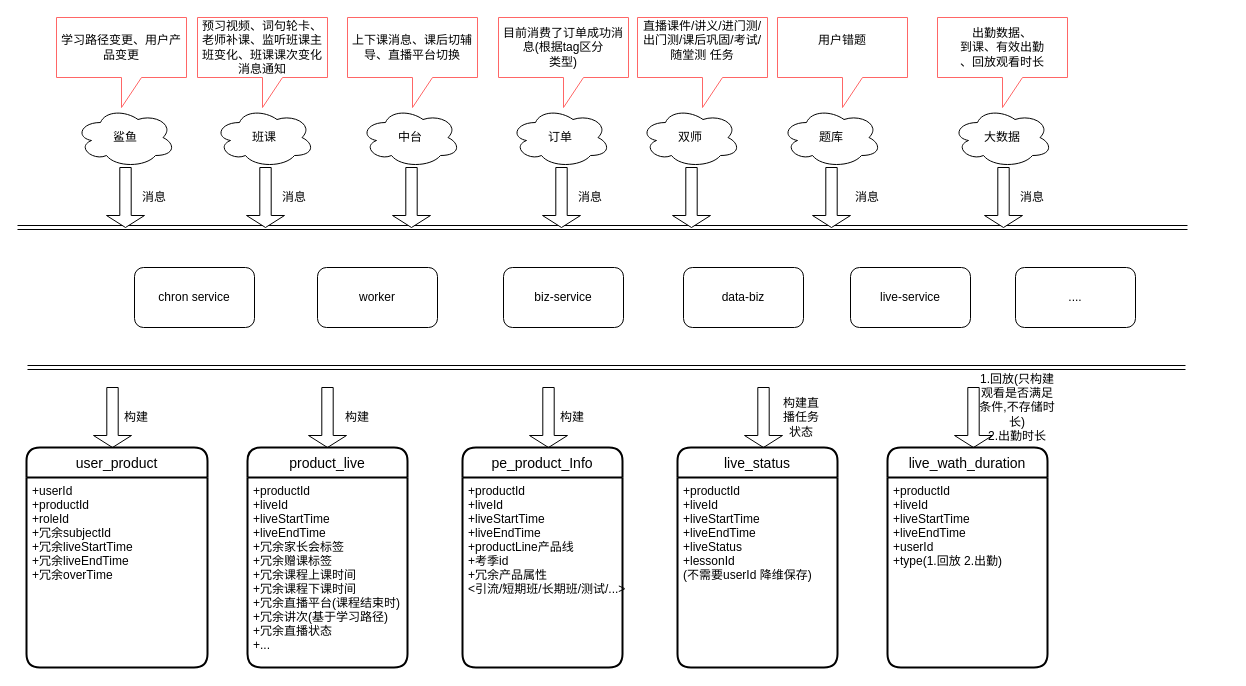
Earlier version of the draw.io diagram Untitled Diagram.drawio (748349009/articles). Source tidied: cells renumbered, new cells numbered last; positions are measured from the earlier drawing's top-left corner, leaving out a move shared by most shapes. Both pictures are drawn from the tidied source at 100%, with x=0, y=0 at pixel (17, 17).
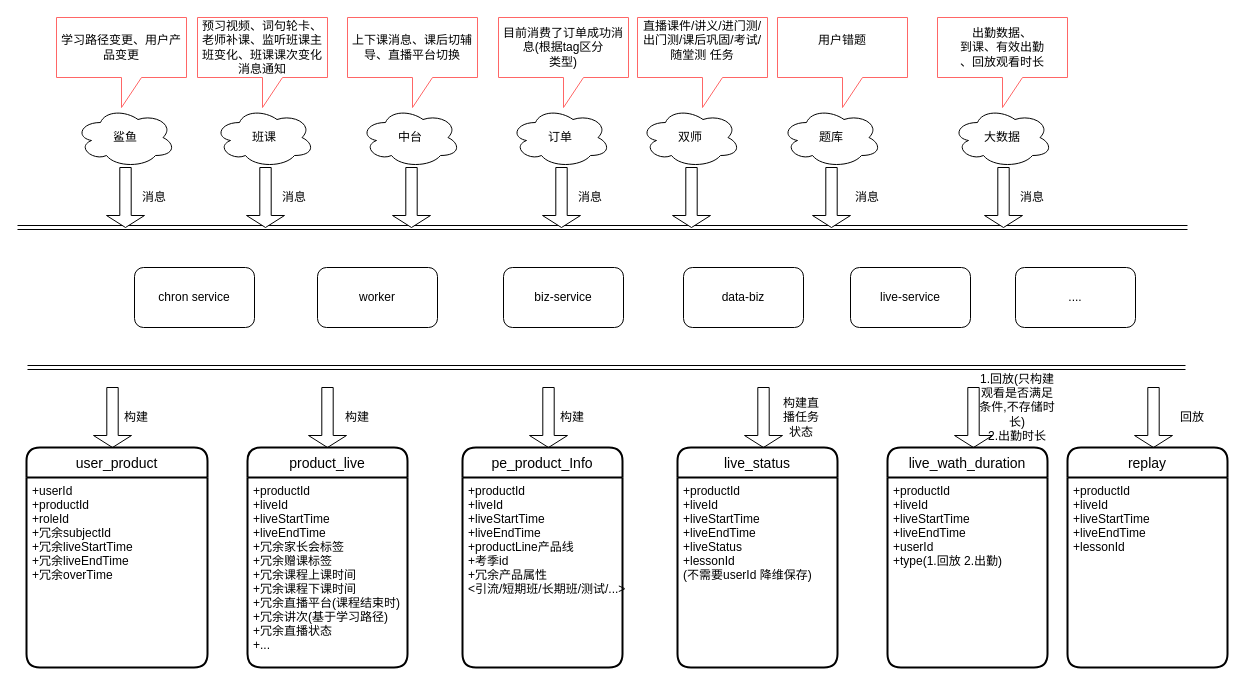
Above is the later version.

What changed in the source:
```diff
@@
+    <mxCell id="57" style="shape=singleArrow;direction=south;whiteSpace=wrap;html=1;" parent="1" vertex="1">
+      <mxGeometry x="1117" y="370" width="38" height="60" as="geometry" />
+    </mxCell>
+    <mxCell id="58" value="replay" style="swimlane;horizontal=1;startSize=30;rounded=1;fontSize=14;fontStyle=0;strokeWidth=2;shadow=0;dashed=0;align=center;" parent="1" vertex="1">
+      <mxGeometry x="1050" y="430" width="160" height="220" as="geometry" />
+    </mxCell>
+    <mxCell id="59" value="+productId&#10;+liveId&#10;+liveStartTime&#10;+liveEndTime&#10;+lessonId&#10;" style="align=left;strokeColor=none;fillColor=none;spacingLeft=4;fontSize=12;verticalAlign=top;" parent="58" vertex="1">
+      <mxGeometry y="30" width="160" height="190" as="geometry" />
+    </mxCell>
+    <mxCell id="60" value="回放" style="text;html=1;strokeColor=none;fillColor=none;align=center;verticalAlign=middle;whiteSpace=wrap;rounded=0;" parent="1" vertex="1">
+      <mxGeometry x="1155" y="390" width="40" height="20" as="geometry" />
+    </mxCell>
```
